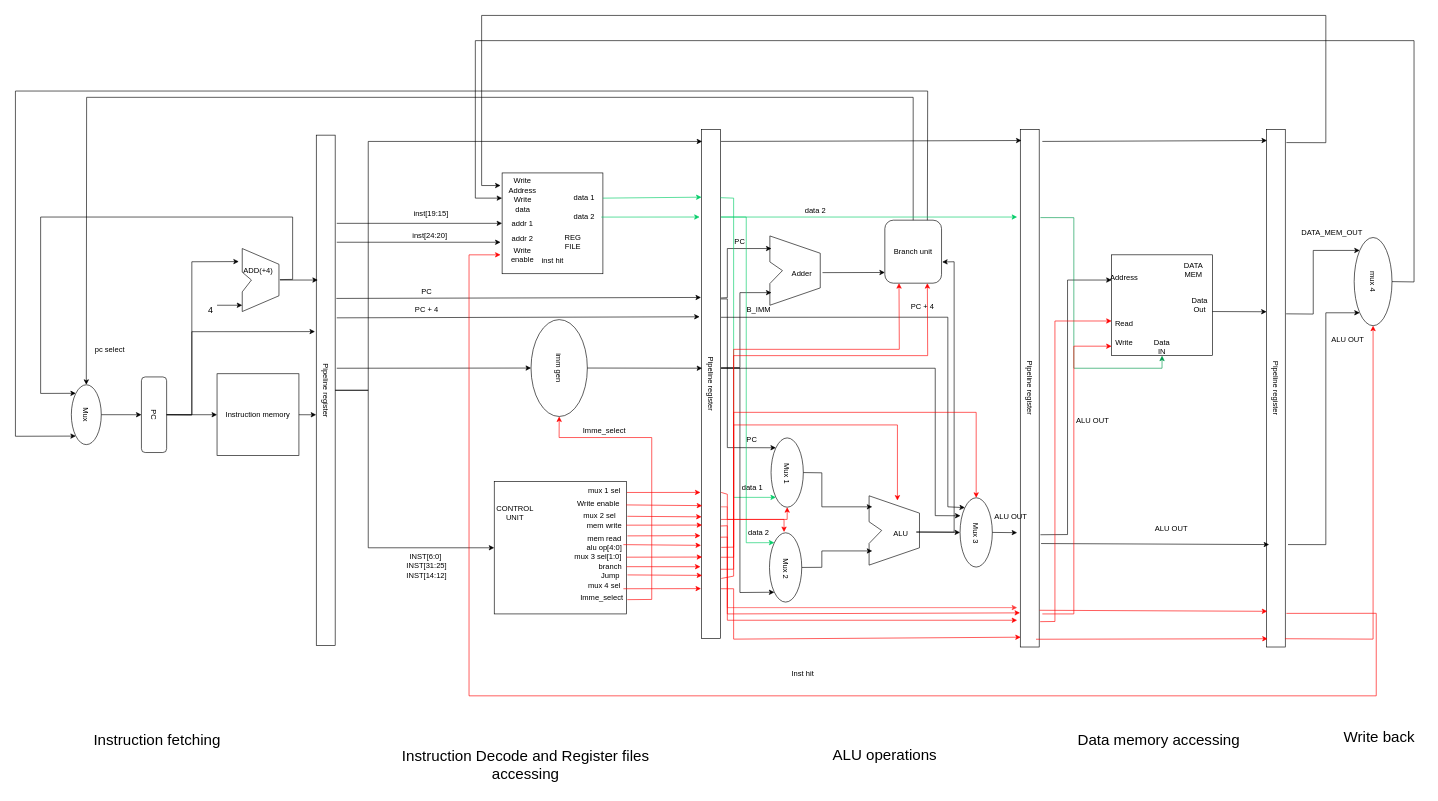
The draw.io diagram Datapath/Datapath.drawio in HirushaUthsara/e18-co502-RV32IM-Pipeline-Implementation-Group-06-, before the edit. Source tidied: cells renumbered, new cells numbered last; positions are measured from the earlier drawing's top-left corner, leaving out a move shared by most shapes. Both pictures are drawn from the tidied source at 63%, with x=0, y=0 at pixel (15, 15).
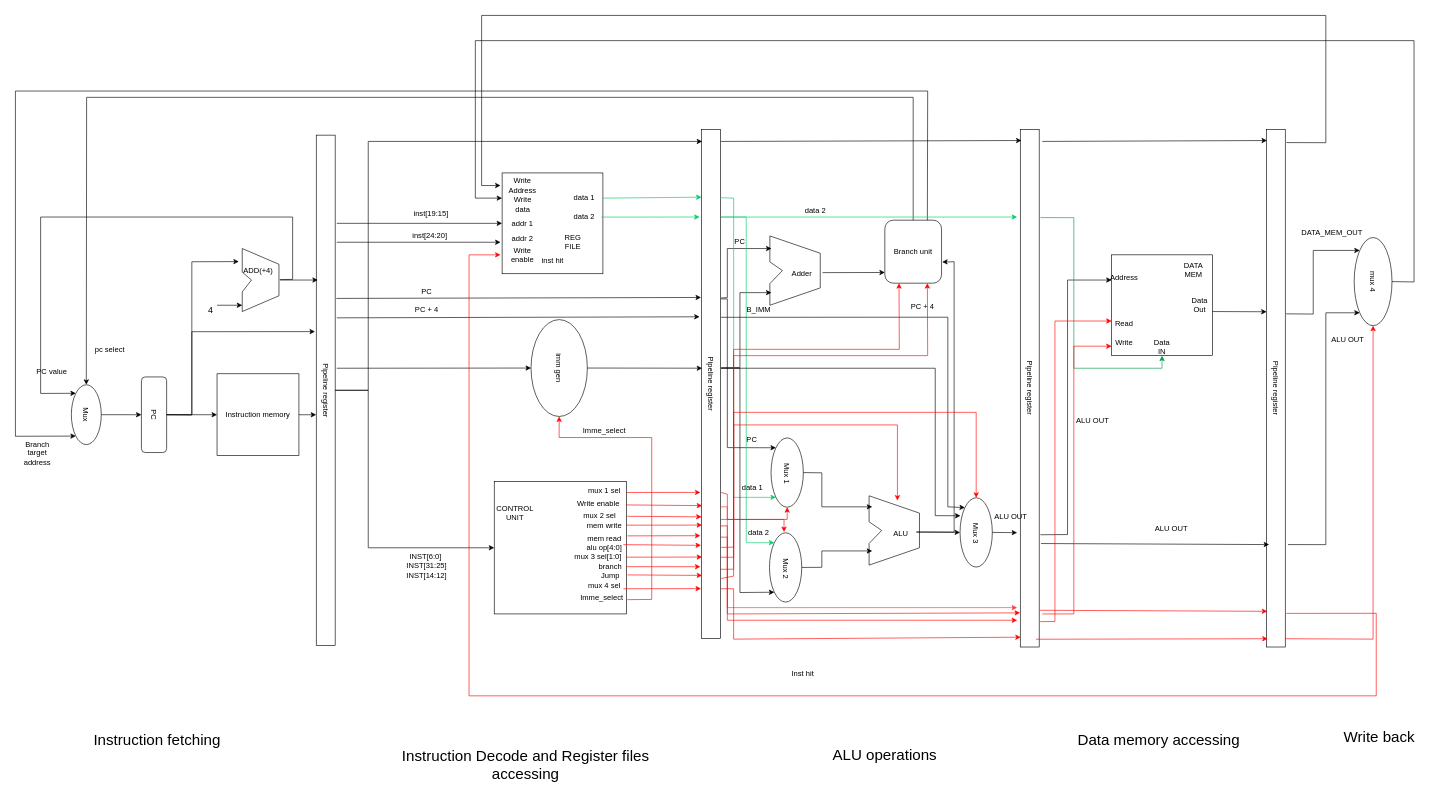
Above is the later version.

What changed in the source:
```diff
@@
+    <mxCell id="171" value="PC value" style="text;html=1;strokeColor=none;fillColor=none;align=center;verticalAlign=middle;whiteSpace=wrap;rounded=0;" parent="1" vertex="1">
+      <mxGeometry x="27.5" y="550" width="60" height="30" as="geometry" />
+    </mxCell>
+    <mxCell id="172" value="Branch target address" style="text;html=1;strokeColor=none;fillColor=none;align=center;verticalAlign=middle;whiteSpace=wrap;rounded=0;" parent="1" vertex="1">
+      <mxGeometry x="5" y="680" width="60" height="30" as="geometry" />
+    </mxCell>
```
